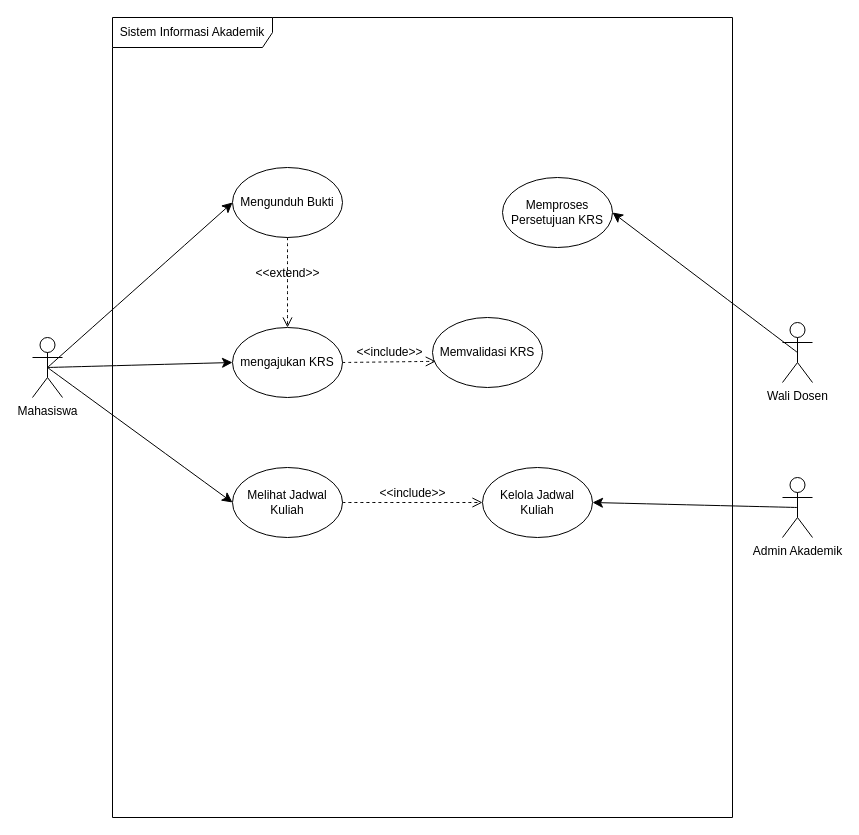
AnwarIb17/IFRWP5149_2406017_LabAlat keeps this draw.io diagram as 03_latihan_tools/P03/SIA/P03_2406017_SIA_usecase_v01.drawio. Above is the earlier version. Source tidied: cells renumbered, new cells numbered last; positions are measured from the earlier drawing's top-left corner, leaving out a move shared by most shapes. Both pictures are drawn from the tidied source at 100%, with x=0, y=0 at pixel (32, 17).
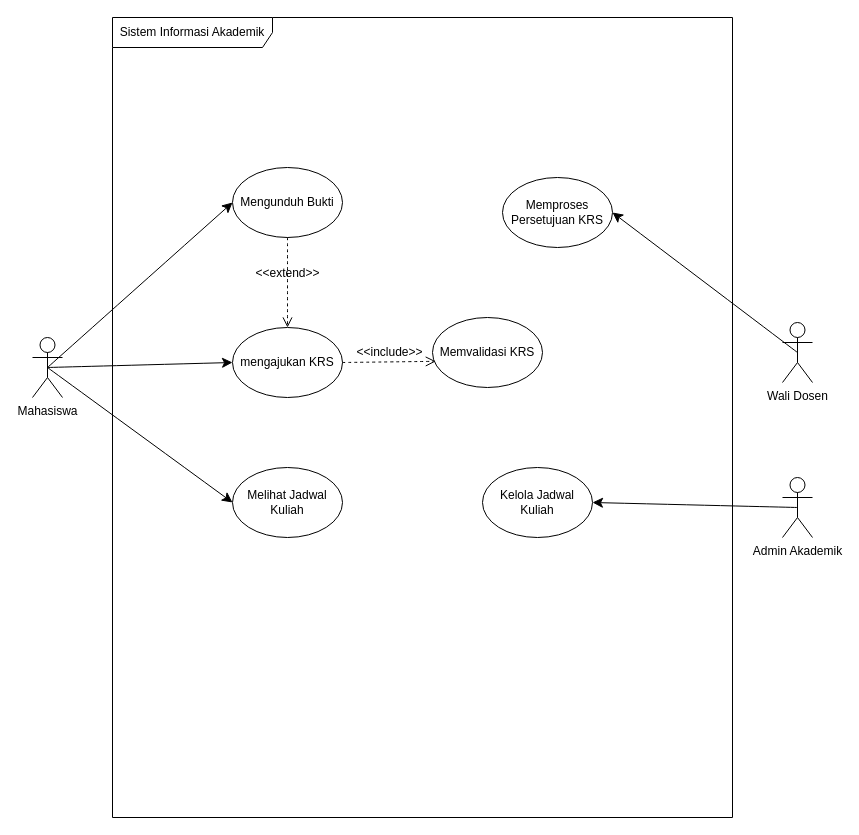
Above is the later version.

Commit message (it also covers changes not shown here):
PERTEMUAN 3 (USE CASE DIAGRAM DAN USE CASE DESCRIPTION)

The edit, as a diff of the source:
```diff
@@
 <mxGraphModel>
   <root>
     <mxCell id="0" />
     <mxCell id="1" parent="0" />
     <mxCell id="2" value="Sistem Informasi Akademik" style="shape=umlFrame;whiteSpace=wrap;html=1;width=160;" parent="1" vertex="1">
       <mxGeometry x="80" width="620" height="800" as="geometry" />
     </mxCell>
     <mxCell id="3" value="Melihat Jadwal Kuliah" style="ellipse;whiteSpace=wrap;html=1;shapeInside=1;" parent="2" vertex="1">
       <mxGeometry x="120" y="450" width="110" height="70" as="geometry" />
     </mxCell>
     <mxCell id="4" value="mengajukan KRS" style="ellipse;whiteSpace=wrap;html=1;shapeInside=1;" parent="2" vertex="1">
       <mxGeometry x="120" y="310" width="110" height="70" as="geometry" />
     </mxCell>
     <mxCell id="5" value="Mengunduh Bukti" style="ellipse;whiteSpace=wrap;html=1;shapeInside=1;" parent="2" vertex="1">
       <mxGeometry x="120" y="150" width="110" height="70" as="geometry" />
     </mxCell>
     <mxCell id="6" value="Memproses Persetujuan KRS" style="ellipse;whiteSpace=wrap;html=1;shapeInside=1;" parent="2" vertex="1">
       <mxGeometry x="390" y="160" width="110" height="70" as="geometry" />
     </mxCell>
     <mxCell id="7" value="&amp;lt;&amp;lt;include&amp;gt;&amp;gt;" style="html=1;verticalAlign=bottom;labelBackgroundColor=none;endArrow=open;endFill=0;dashed=1;rounded=0;fontSize=12;startSize=8;endSize=8;curved=1;exitX=1;exitY=0.5;exitDx=0;exitDy=0;entryX=0.03;entryY=0.626;entryDx=0;entryDy=0;entryPerimeter=0;" parent="2" edge="1" source="4" target="9">
       <mxGeometry relative="1" as="geometry" />
     </mxCell>
     <mxCell id="8" value="&amp;lt;&amp;lt;extend&amp;gt;&amp;gt;" style="html=1;verticalAlign=bottom;labelBackgroundColor=none;endArrow=open;endFill=0;dashed=1;rounded=0;fontSize=12;startSize=8;endSize=8;curved=1;exitX=0.5;exitY=1;exitDx=0;exitDy=0;entryX=0.5;entryY=0;entryDx=0;entryDy=0;" parent="2" edge="1" source="5" target="4">
       <mxGeometry relative="1" as="geometry" />
     </mxCell>
     <mxCell id="9" value="Memvalidasi KRS" style="ellipse;whiteSpace=wrap;html=1;shapeInside=1;" parent="2" vertex="1">
       <mxGeometry x="320" y="300" width="110" height="70" as="geometry" />
     </mxCell>
     <mxCell id="10" value="Kelola Jadwal Kuliah" style="ellipse;whiteSpace=wrap;html=1;shapeInside=1;" parent="2" vertex="1">
       <mxGeometry x="370" y="450" width="110" height="70" as="geometry" />
     </mxCell>
-    <mxCell id="11" value="&amp;lt;&amp;lt;include&amp;gt;&amp;gt;" style="html=1;verticalAlign=bottom;labelBackgroundColor=none;endArrow=open;endFill=0;dashed=1;rounded=0;fontSize=12;startSize=8;endSize=8;curved=1;exitX=1;exitY=0.5;exitDx=0;exitDy=0;entryX=0;entryY=0.5;entryDx=0;entryDy=0;" parent="2" edge="1" source="3" target="10">
-      <mxGeometry relative="1" as="geometry" />
-    </mxCell>
     <mxCell id="12" style="edgeStyle=none;curved=1;rounded=0;curveGeometry=1;jettySize=auto;html=1;exitX=0.5;exitY=0.5;exitDx=0;exitDy=0;exitPerimeter=0;entryX=0;entryY=0.5;entryDx=0;entryDy=0;fontSize=12;startSize=8;endSize=8;" parent="1" edge="1" source="15" target="4">
       <mxGeometry relative="1" as="geometry" />
     </mxCell>
     <mxCell id="13" style="edgeStyle=none;curved=1;rounded=0;curveGeometry=1;jettySize=auto;html=1;exitX=0.5;exitY=0.5;exitDx=0;exitDy=0;exitPerimeter=0;entryX=0;entryY=0.5;entryDx=0;entryDy=0;fontSize=12;startSize=8;endSize=8;" parent="1" edge="1" source="15" target="3">
       <mxGeometry relative="1" as="geometry" />
     </mxCell>
     <mxCell id="14" style="edgeStyle=none;curved=1;rounded=0;curveGeometry=1;jettySize=auto;html=1;exitX=0.5;exitY=0.5;exitDx=0;exitDy=0;exitPerimeter=0;entryX=0;entryY=0.5;entryDx=0;entryDy=0;fontSize=12;startSize=8;endSize=8;" parent="1" edge="1" source="15" target="5">
       <mxGeometry relative="1" as="geometry" />
     </mxCell>
     <mxCell id="15" value="Mahasiswa" style="shape=umlActor;verticalLabelPosition=bottom;verticalAlign=top;html=1;" parent="1" vertex="1">
       <mxGeometry y="320" width="30" height="60" as="geometry" />
     </mxCell>
     <mxCell id="16" style="edgeStyle=none;curved=1;rounded=0;curveGeometry=1;jettySize=auto;html=1;exitX=0.5;exitY=0.5;exitDx=0;exitDy=0;exitPerimeter=0;entryX=1;entryY=0.5;entryDx=0;entryDy=0;fontSize=12;startSize=8;endSize=8;" parent="1" edge="1" source="17" target="6">
       <mxGeometry relative="1" as="geometry" />
     </mxCell>
     <mxCell id="17" value="Wali Dosen" style="shape=umlActor;verticalLabelPosition=bottom;verticalAlign=top;html=1;" parent="1" vertex="1">
       <mxGeometry x="750" y="305" width="30" height="60" as="geometry" />
     </mxCell>
     <mxCell id="18" value="Admin Akademik" style="shape=umlActor;verticalLabelPosition=bottom;verticalAlign=top;html=1;" parent="1" vertex="1">
       <mxGeometry x="750" y="460" width="30" height="60" as="geometry" />
     </mxCell>
     <mxCell id="19" style="edgeStyle=none;curved=1;rounded=0;curveGeometry=1;jettySize=auto;html=1;exitX=0.5;exitY=0.5;exitDx=0;exitDy=0;exitPerimeter=0;entryX=1;entryY=0.5;entryDx=0;entryDy=0;fontSize=12;startSize=8;endSize=8;" parent="1" edge="1" source="18" target="10">
       <mxGeometry relative="1" as="geometry" />
     </mxCell>
   </root>
 </mxGraphModel>
```
